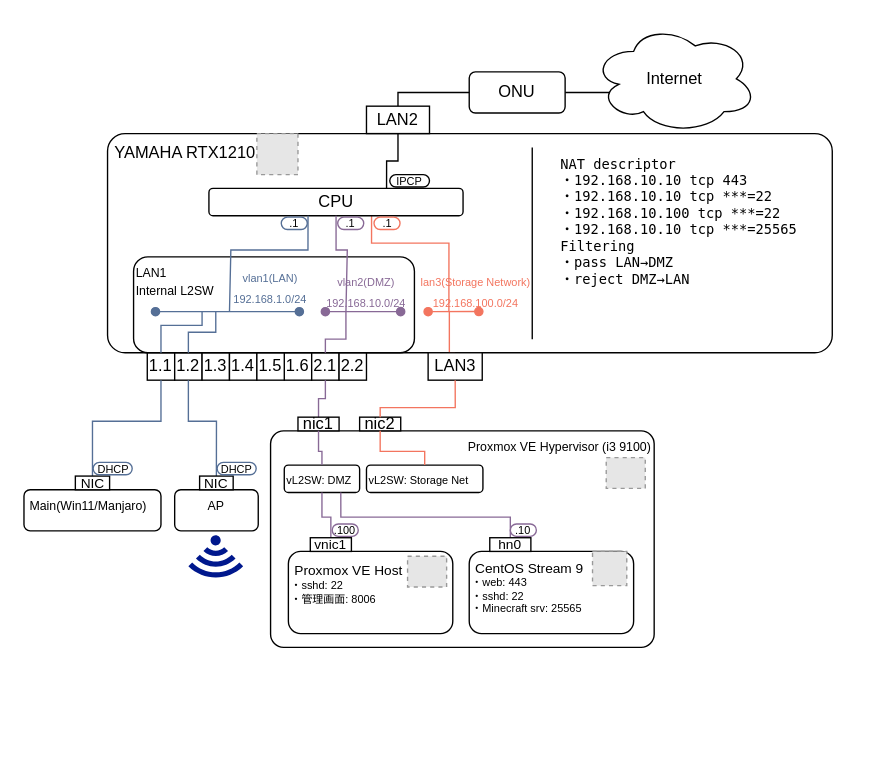
skpub/portfolio_sato_kaito keeps this draw.io diagram as img/homeRTX.drawio. Above is the earlier version. Source tidied: cells renumbered, new cells numbered last; positions are measured from the earlier drawing's top-left corner, leaving out a move shared by most shapes. Both pictures are drawn from the tidied source at 137%, with x=0, y=0 at pixel (23, 23). Pictures stored in the file or linked from it are replaced by grey dashed boxes.
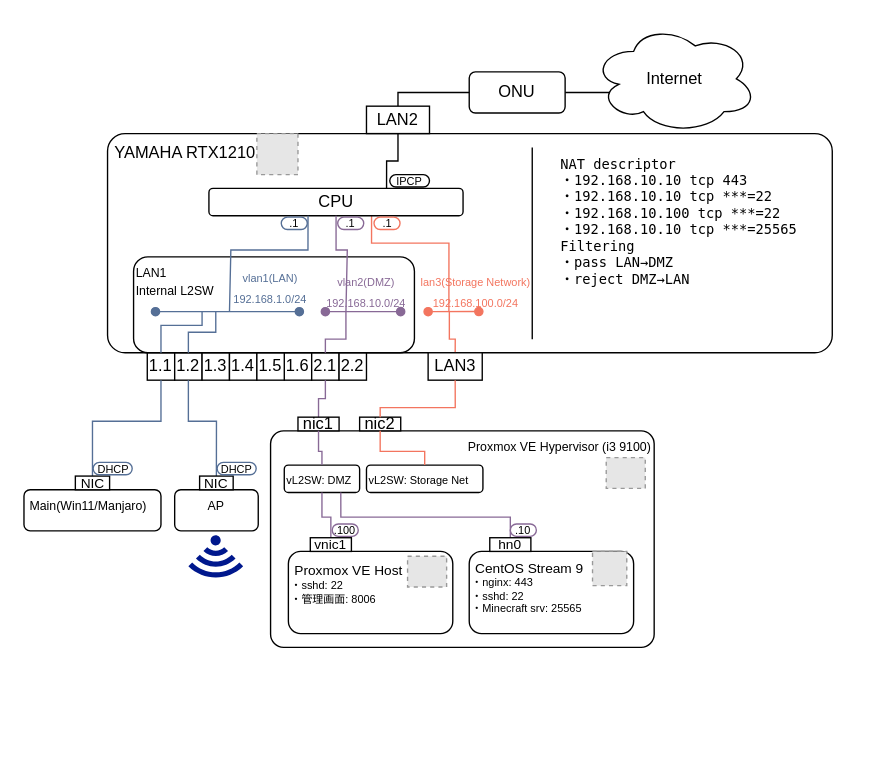
Above is the later version.

Commit message (it also covers changes not shown here):
できること、において図の修正と文章の追加

Unchanged cells that the change refers to:
```xml
<mxCell id="15" value="LAN3" style="rounded=0;whiteSpace=wrap;html=1;" parent="1" vertex="1">
  <mxGeometry x="295" y="240" width="39.5" height="20" as="geometry" />
</mxCell>
<mxCell id="48" style="group;fontColor=#556F96;align=right;fontSize=10;" parent="47" vertex="1">
  <mxGeometry width="316" height="219" as="geometry" />
</mxCell>
```

Diff of the diagram source:
```diff
@@
     <mxCell id="14" style="edgeStyle=orthogonalEdgeStyle;rounded=0;jettySize=auto;html=1;exitX=0.5;exitY=0;exitDx=0;exitDy=0;strokeColor=#F3755F;endArrow=none;endFill=0;" parent="1" edge="1" source="15">
       <mxGeometry relative="1" as="geometry">
         <mxPoint x="310.5" y="210" as="targetPoint" />
+        <Array as="points">
+          <mxPoint x="315" y="230" />
+          <mxPoint x="311" y="230" />
+        </Array>
       </mxGeometry>
     </mxCell>
@@
-    <mxCell id="58" value="&lt;div style=&quot;font-size: 10px;&quot; align=&quot;left&quot;&gt;&lt;font style=&quot;font-size: 10px;&quot;&gt;&amp;nbsp;CentOS Stream 9&lt;br&gt;&lt;/font&gt;&lt;/div&gt;&lt;div style=&quot;font-size: 8px;&quot; align=&quot;left&quot;&gt;・web: 443&lt;br&gt;&lt;/div&gt;&lt;div style=&quot;font-size: 8px;&quot; align=&quot;left&quot;&gt;・sshd: 22&lt;/div&gt;&lt;div style=&quot;font-size: 8px;&quot; align=&quot;left&quot;&gt;・Minecraft srv: 25565&lt;br&gt;&lt;/div&gt;" style="rounded=1;whiteSpace=wrap;html=1;verticalAlign=top;align=left;gradientColor=none;" parent="48" vertex="1">
+    <mxCell id="58" value="&lt;div style=&quot;font-size: 10px;&quot; align=&quot;left&quot;&gt;&lt;font style=&quot;font-size: 10px;&quot;&gt;&amp;nbsp;CentOS Stream 9&lt;br&gt;&lt;/font&gt;&lt;/div&gt;&lt;div style=&quot;font-size: 8px;&quot; align=&quot;left&quot;&gt;・nginx: 443&lt;br&gt;&lt;/div&gt;&lt;div style=&quot;font-size: 8px;&quot; align=&quot;left&quot;&gt;・sshd: 22&lt;/div&gt;&lt;div style=&quot;font-size: 8px;&quot; align=&quot;left&quot;&gt;・Minecraft srv: 25565&lt;br&gt;&lt;/div&gt;" style="rounded=1;whiteSpace=wrap;html=1;verticalAlign=top;align=left;gradientColor=none;" parent="48" vertex="1">
       <mxGeometry x="145" y="85" width="120" height="60" as="geometry" />
     </mxCell>
```
